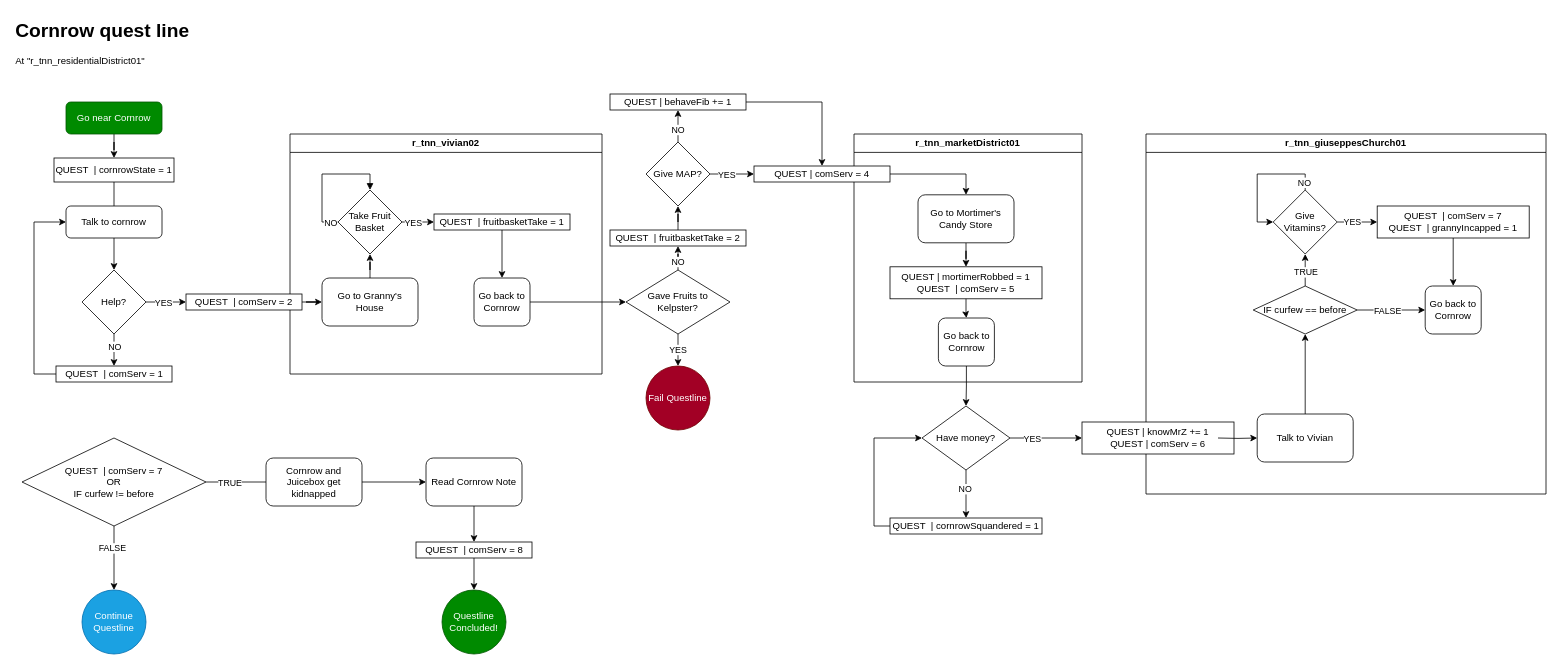
Above: misc/diagrams/cornrow_questline.drawio in sanlor/Barkley2_Godot (draw.io), before the change. Source tidied: cells renumbered, new cells numbered last; positions are measured from the earlier drawing's top-left corner, leaving out a move shared by most shapes. Both pictures are drawn from the tidied source at 80%, with x=0, y=0 at pixel (14, 14).
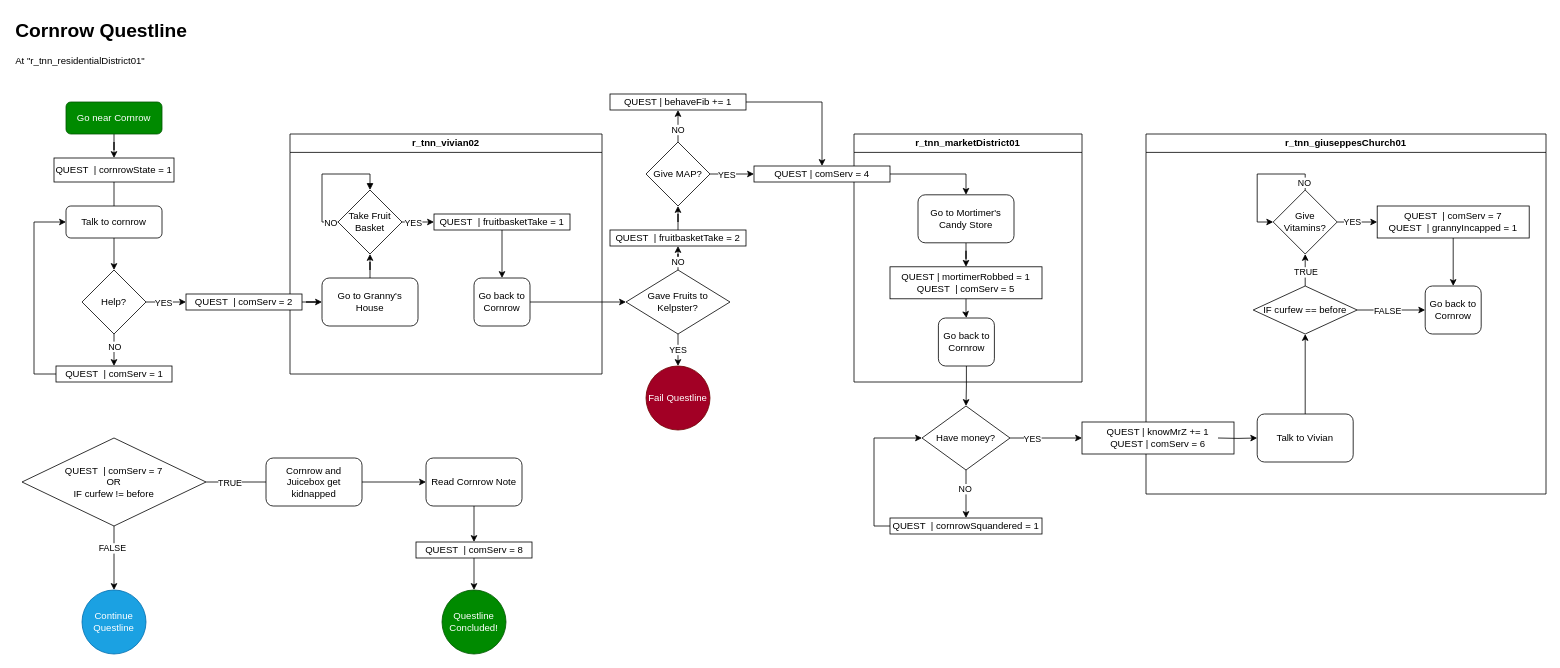
The same diagram, later.

Change to the diagram source:
```diff
@@
-    <mxCell id="88" value="&lt;h1 style=&quot;margin-top: 0px;&quot;&gt;&lt;span style=&quot;text-align: center;&quot;&gt;Cornrow quest line&lt;/span&gt;&lt;/h1&gt;&lt;p&gt;At &quot;r_tnn_residentialDistrict01&quot;&lt;/p&gt;" style="text;html=1;whiteSpace=wrap;overflow=hidden;rounded=0;" parent="1" vertex="1">
+    <mxCell id="88" value="&lt;h1 style=&quot;margin-top: 0px;&quot;&gt;&lt;span style=&quot;text-align: center;&quot;&gt;Cornrow Questline&lt;/span&gt;&lt;/h1&gt;&lt;p&gt;At &quot;r_tnn_residentialDistrict01&quot;&lt;/p&gt;" style="text;html=1;whiteSpace=wrap;overflow=hidden;rounded=0;" parent="1" vertex="1">
       <mxGeometry width="250" height="80" as="geometry" />
     </mxCell>
```
